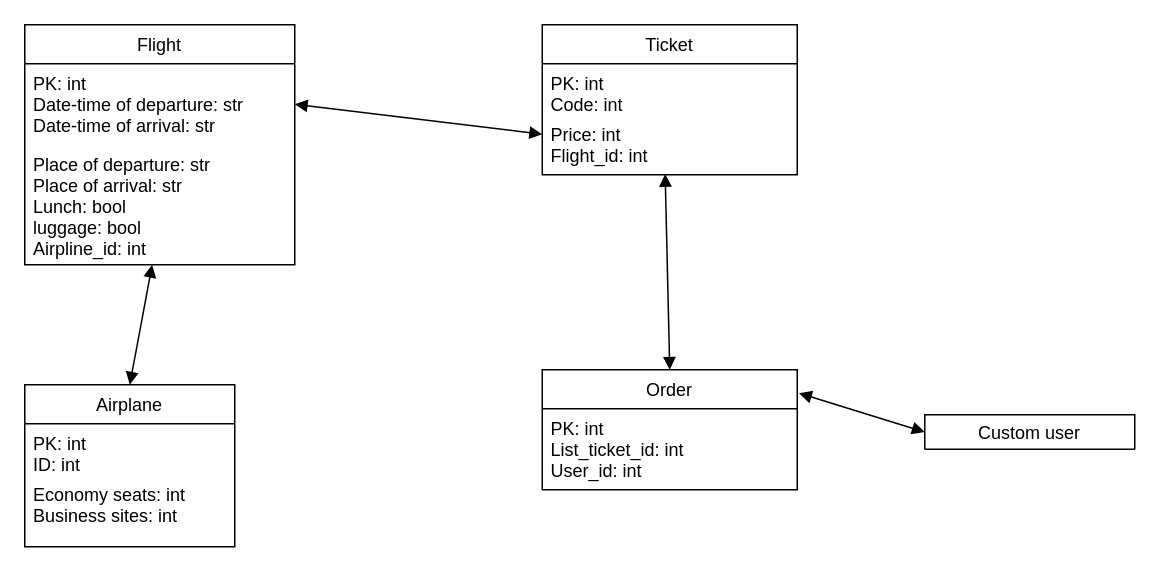
Earlier version of the draw.io diagram diagrams/db_diagram.drawio (Kagaru1212/DjangoAir-ERP). Source tidied: cells renumbered, new cells numbered last; positions are measured from the earlier drawing's top-left corner, leaving out a move shared by most shapes. Both pictures are drawn from the tidied source at 150%, with x=0, y=0 at pixel (24, 24).
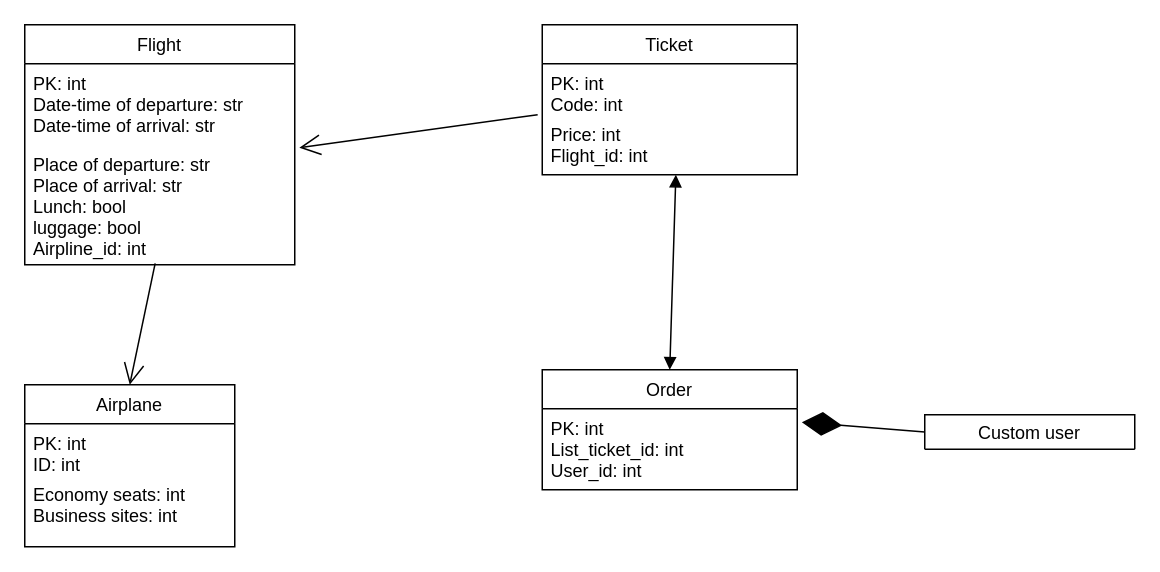
Above is the later version.

What changed in the source:
```diff
@@
 <mxGraphModel>
   <root>
     <mxCell id="0" />
     <mxCell id="1" parent="0" />
     <mxCell id="2" value="Custom user" style="swimlane;fontStyle=0;horizontal=1;startSize=26;fillColor=none;" parent="1" vertex="1">
       <mxGeometry x="600" y="260" width="140" height="23" as="geometry" />
     </mxCell>
     <mxCell id="3" value="Ticket" style="swimlane;fontStyle=0;horizontal=1;startSize=26;fillColor=none;" parent="1" vertex="1">
       <mxGeometry x="345" width="170" height="100" as="geometry" />
     </mxCell>
     <mxCell id="4" value="PK: int&#10;Code: int" style="text;strokeColor=none;fillColor=none;align=left;verticalAlign=top;spacingLeft=4;spacingRight=4;overflow=hidden;" parent="3" vertex="1">
       <mxGeometry y="26" width="170" height="34" as="geometry" />
     </mxCell>
     <mxCell id="5" value="Price: int&#10;Flight_id: int" style="text;strokeColor=none;fillColor=none;align=left;verticalAlign=top;spacingLeft=4;spacingRight=4;overflow=hidden;points=[[0,0.5],[1,0.5]];portConstraint=eastwest;" parent="3" vertex="1">
       <mxGeometry y="60" width="170" height="40" as="geometry" />
     </mxCell>
-    <mxCell id="6" style="endArrow=block;startArrow=block;endFill=1;startFill=1;html=1;rounded=0;fontFamily=Helvetica;fontSize=12;fontColor=default;entryX=0.5;entryY=0;entryDx=0;entryDy=0;exitX=0.482;exitY=0.988;exitDx=0;exitDy=0;exitPerimeter=0;" parent="1" edge="1" source="5" target="16">
-      <mxGeometry relative="1" as="geometry" />
-    </mxCell>
     <mxCell id="7" value="Airplane" style="swimlane;fontStyle=0;horizontal=1;startSize=26;fillColor=none;fontFamily=Helvetica;fontSize=12;fontColor=default;" parent="1" vertex="1">
       <mxGeometry y="240" width="140" height="108" as="geometry" />
     </mxCell>
     <mxCell id="8" value="PK: int&#10;ID: int" style="text;strokeColor=none;fillColor=none;align=left;verticalAlign=top;spacingLeft=4;spacingRight=4;overflow=hidden;fontFamily=Helvetica;fontSize=12;fontColor=default;" parent="7" vertex="1">
       <mxGeometry y="26" width="140" height="34" as="geometry" />
     </mxCell>
     <mxCell id="9" value="Economy seats: int&#10;Business sites: int" style="text;strokeColor=none;fillColor=none;align=left;verticalAlign=top;spacingLeft=4;spacingRight=4;overflow=hidden;fontFamily=Helvetica;fontSize=12;fontColor=default;" parent="7" vertex="1">
       <mxGeometry y="60" width="140" height="48" as="geometry" />
     </mxCell>
-    <mxCell id="10" style="endArrow=block;startArrow=block;endFill=1;startFill=1;html=1;rounded=0;fontFamily=Helvetica;fontSize=12;fontColor=default;exitX=1;exitY=0.5;exitDx=0;exitDy=0;entryX=0;entryY=0.5;entryDx=0;entryDy=0;" parent="1" edge="1" source="12">
-      <mxGeometry relative="1" as="geometry">
-        <mxPoint x="345" y="73" as="targetPoint" />
-      </mxGeometry>
-    </mxCell>
     <mxCell id="11" value="Flight" style="swimlane;fontStyle=0;horizontal=1;startSize=26;fillColor=none;fontFamily=Helvetica;fontSize=12;fontColor=default;" parent="1" vertex="1">
       <mxGeometry width="180" height="160" as="geometry" />
     </mxCell>
     <mxCell id="12" value="PK: int&#10;Date-time of departure: str&#10;Date-time of arrival: str" style="text;strokeColor=none;fillColor=none;align=left;verticalAlign=top;spacingLeft=4;spacingRight=4;overflow=hidden;points=[[0,0.5],[1,0.5]];portConstraint=eastwest;fontFamily=Helvetica;fontSize=12;fontColor=default;" parent="11" vertex="1">
       <mxGeometry y="26" width="180" height="54" as="geometry" />
     </mxCell>
     <mxCell id="13" value="Place of departure: str&#10;Place of arrival: str&#10;Lunch: bool&#10;luggage: bool&#10;Airpline_id: int" style="text;strokeColor=none;fillColor=none;align=left;verticalAlign=top;spacingLeft=4;spacingRight=4;overflow=hidden;points=[[0,0.5],[1,0.5]];portConstraint=eastwest;fontFamily=Helvetica;fontSize=12;fontColor=default;" parent="11" vertex="1">
       <mxGeometry y="80" width="180" height="80" as="geometry" />
     </mxCell>
-    <mxCell id="14" style="endArrow=block;startArrow=block;endFill=1;startFill=1;html=1;rounded=0;exitX=0.5;exitY=0;exitDx=0;exitDy=0;entryX=0.472;entryY=1;entryDx=0;entryDy=0;entryPerimeter=0;" parent="1" edge="1" source="7" target="13">
-      <mxGeometry relative="1" as="geometry" />
-    </mxCell>
-    <mxCell id="15" style="endArrow=block;startArrow=block;endFill=1;startFill=1;html=1;rounded=0;entryX=0;entryY=0.5;entryDx=0;entryDy=0;exitX=1.007;exitY=-0.192;exitDx=0;exitDy=0;exitPerimeter=0;" parent="1" edge="1" source="17" target="2">
-      <mxGeometry relative="1" as="geometry" />
-    </mxCell>
     <mxCell id="16" value="Order" style="swimlane;fontStyle=0;horizontal=1;startSize=26;fillColor=none;" parent="1" vertex="1">
       <mxGeometry x="345" y="230" width="170" height="80" as="geometry" />
     </mxCell>
     <mxCell id="17" value="PK: int&#10;List_ticket_id: int&#10;User_id: int" style="text;strokeColor=none;fillColor=none;align=left;verticalAlign=top;spacingLeft=4;spacingRight=4;overflow=hidden;points=[[0,0.5],[1,0.5]];portConstraint=eastwest;" parent="16" vertex="1">
       <mxGeometry y="26" width="170" height="54" as="geometry" />
     </mxCell>
+    <mxCell id="18" style="endArrow=open;endFill=1;endSize=12;html=1;rounded=0;entryX=0.5;entryY=0;entryDx=0;entryDy=0;exitX=0.483;exitY=0.988;exitDx=0;exitDy=0;exitPerimeter=0;" parent="1" edge="1" source="13" target="7">
+      <mxGeometry relative="1" as="geometry" />
+    </mxCell>
+    <mxCell id="19" style="endArrow=open;endFill=1;endSize=12;html=1;rounded=0;entryX=1.017;entryY=1.037;entryDx=0;entryDy=0;entryPerimeter=0;exitX=-0.018;exitY=0;exitDx=0;exitDy=0;exitPerimeter=0;" parent="1" edge="1" source="5" target="12">
+      <mxGeometry relative="1" as="geometry" />
+    </mxCell>
+    <mxCell id="20" style="endArrow=diamondThin;endFill=1;endSize=24;html=1;rounded=0;entryX=1.018;entryY=0.167;entryDx=0;entryDy=0;entryPerimeter=0;exitX=0;exitY=0.5;exitDx=0;exitDy=0;" parent="1" edge="1" source="2" target="17">
+      <mxGeometry relative="1" as="geometry" />
+    </mxCell>
+    <mxCell id="6" style="endArrow=block;startArrow=block;endFill=1;startFill=1;html=1;rounded=0;entryX=0.5;entryY=0;entryDx=0;entryDy=0;exitX=0.524;exitY=1;exitDx=0;exitDy=0;exitPerimeter=0;" parent="1" edge="1" source="5" target="16">
+      <mxGeometry relative="1" as="geometry" />
+    </mxCell>
   </root>
 </mxGraphModel>
```
